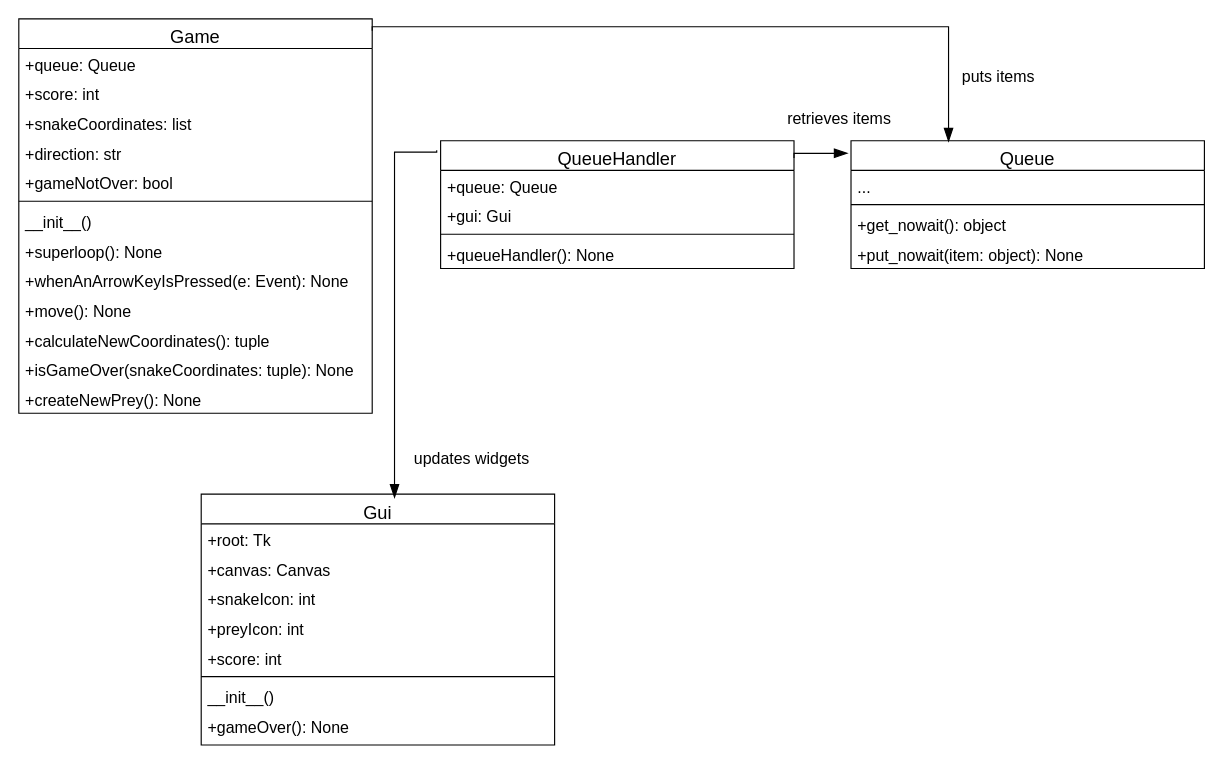
Before: page "Part_1_ClassDiagrams" (1 of 2) of Documentation/Diagrams.drawio in Dipto9999/TCP_Chat_Application, a draw.io diagram. Source tidied: cells renumbered, new cells numbered last; positions are measured from the earlier drawing's top-left corner, leaving out a move shared by most shapes. Both pictures are drawn from the tidied source at 114%, with x=0, y=0 at pixel (18, 18).
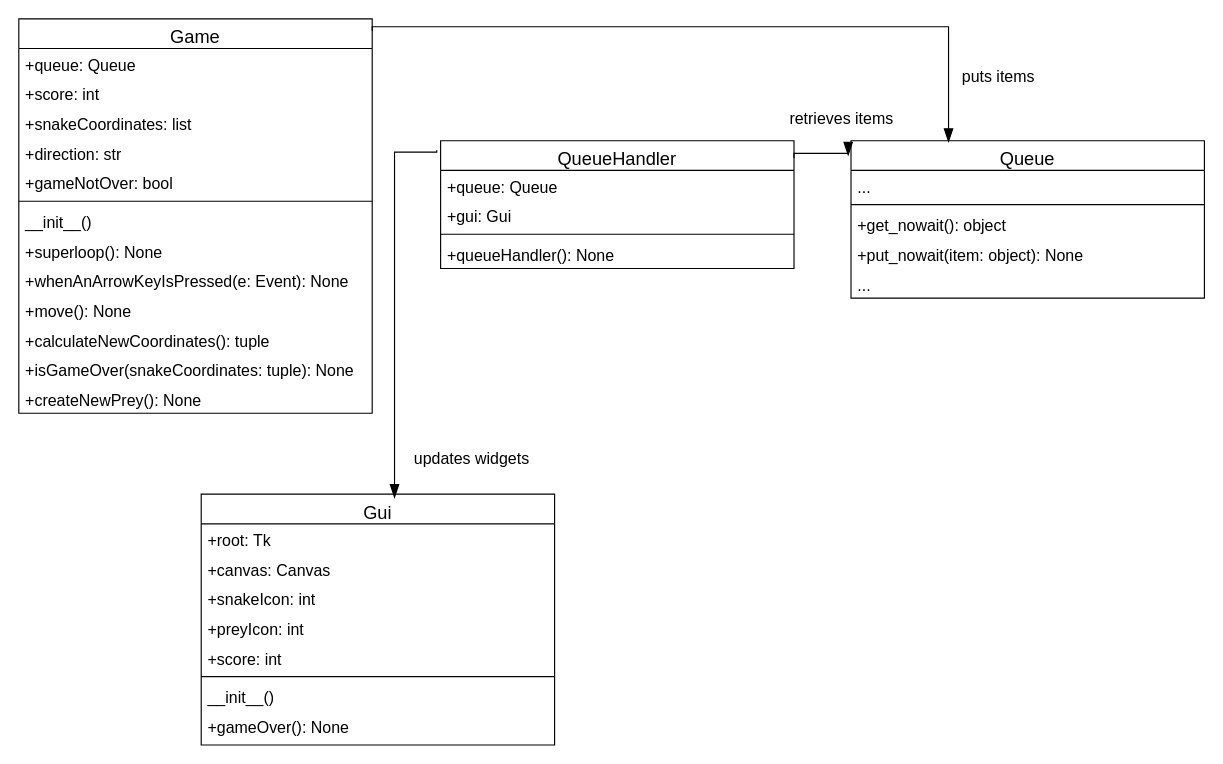
The same diagram, later.

What changed in the source:
```diff
@@
     <mxCell id="11" value="Queue" style="swimlane;fontStyle=0;align=center;verticalAlign=top;horizontal=1;startSize=26;rounded=0;shadow=0;strokeWidth=1;fontSize=16;" parent="1" vertex="1">
-      <mxGeometry x="730" y="107" width="310" height="112" as="geometry" />
+      <mxGeometry x="730" y="107" width="310" height="138" as="geometry" />
     </mxCell>
@@
+    <mxCell id="38" value="..." style="text;align=left;verticalAlign=top;spacingLeft=4;spacingRight=4;overflow=hidden;fontSize=14;" parent="11" vertex="1">
+      <mxGeometry y="112" width="310" height="26" as="geometry" />
+    </mxCell>
```
